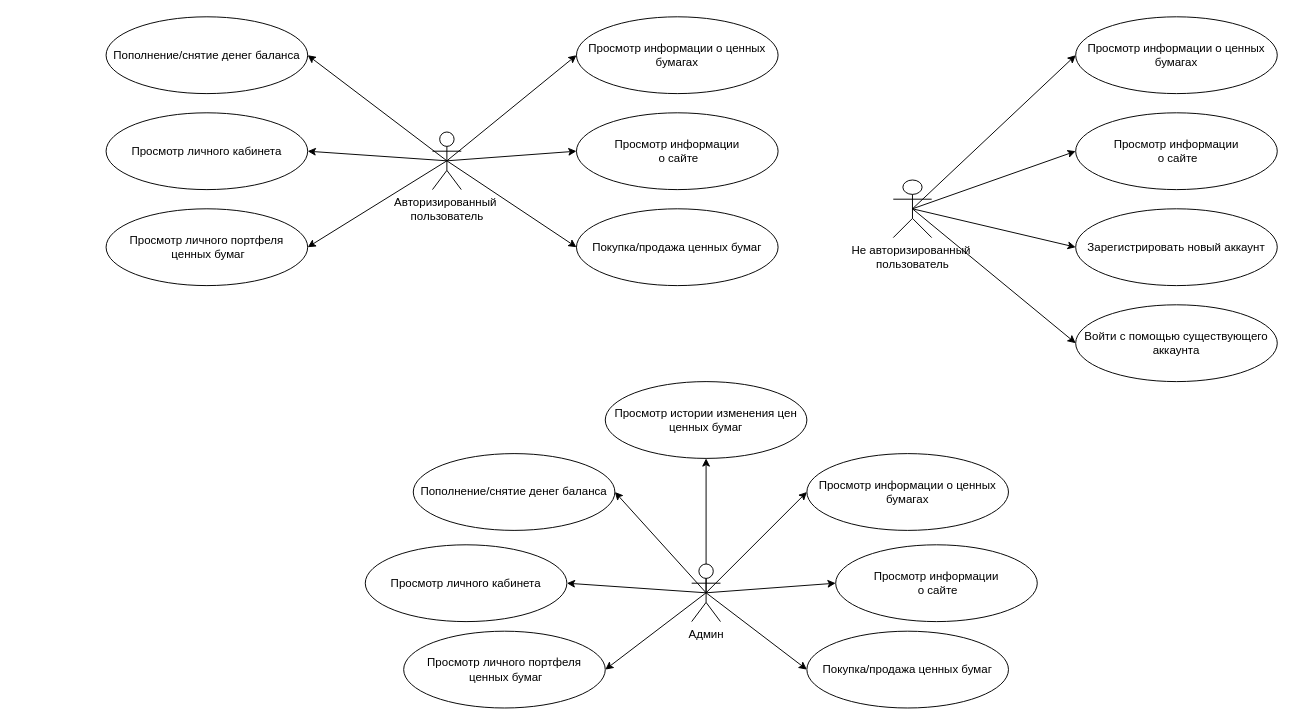
Before: page "Page-1" (1 of 3) of ppo/lab1/lab01.drawio in garasev/sem06, a draw.io diagram. Source tidied: cells renumbered, new cells numbered last; positions are measured from the earlier drawing's top-left corner, leaving out a move shared by most shapes. Both pictures are drawn from the tidied source at 96%, with x=0, y=0 at pixel (106, 16).
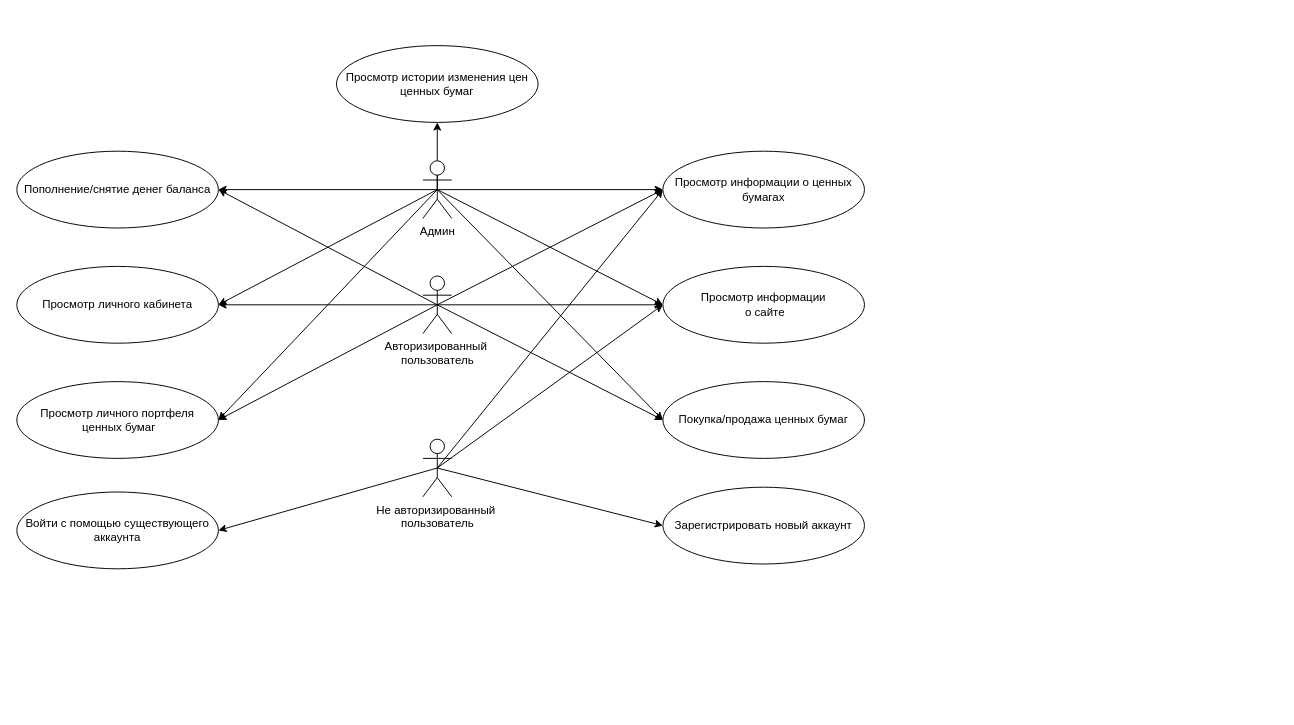
The same page after the edit.

The edit, as a diff of the source:
```diff
@@
-    <mxCell id="2" style="rounded=0;jettySize=auto;html=1;exitX=0.5;exitY=0.5;exitDx=0;exitDy=0;exitPerimeter=0;entryX=0;entryY=0.5;entryDx=0;entryDy=0;" parent="1" edge="1" source="6" target="7">
-      <mxGeometry relative="1" as="geometry" />
-    </mxCell>
-    <mxCell id="3" style="edgeStyle=none;rounded=0;jettySize=auto;html=1;exitX=0.5;exitY=0.5;exitDx=0;exitDy=0;exitPerimeter=0;entryX=0;entryY=0.5;entryDx=0;entryDy=0;" parent="1" edge="1" source="6" target="9">
-      <mxGeometry relative="1" as="geometry" />
-    </mxCell>
-    <mxCell id="4" style="edgeStyle=none;rounded=0;jettySize=auto;html=1;exitX=0.5;exitY=0.5;exitDx=0;exitDy=0;exitPerimeter=0;entryX=0;entryY=0.5;entryDx=0;entryDy=0;" parent="1" edge="1" source="6" target="8">
-      <mxGeometry relative="1" as="geometry" />
-    </mxCell>
-    <mxCell id="5" style="edgeStyle=none;rounded=0;jettySize=auto;html=1;exitX=0.5;exitY=0.5;exitDx=0;exitDy=0;exitPerimeter=0;entryX=0;entryY=0.5;entryDx=0;entryDy=0;" parent="1" edge="1" source="6" target="10">
-      <mxGeometry relative="1" as="geometry" />
-    </mxCell>
-    <mxCell id="6" value="Не авторизированный&amp;nbsp;&lt;br&gt;пользователь" style="shape=umlActor;verticalLabelPosition=bottom;verticalAlign=top;html=1;outlineConnect=0;" parent="1" vertex="1">
-      <mxGeometry x="820" y="170" width="40" height="60" as="geometry" />
-    </mxCell>
-    <mxCell id="7" value="Просмотр информации о ценных бумагах" style="ellipse;whiteSpace=wrap;html=1;" parent="1" vertex="1">
-      <mxGeometry x="1010" width="210" height="80" as="geometry" />
-    </mxCell>
-    <mxCell id="8" value="Зарегистрировать новый аккаунт" style="ellipse;whiteSpace=wrap;html=1;" parent="1" vertex="1">
-      <mxGeometry x="1010" y="200" width="210" height="80" as="geometry" />
-    </mxCell>
-    <mxCell id="9" value="Просмотр информации&lt;br&gt;&amp;nbsp;о сайте" style="ellipse;whiteSpace=wrap;html=1;" parent="1" vertex="1">
-      <mxGeometry x="1010" y="100" width="210" height="80" as="geometry" />
-    </mxCell>
     <mxCell id="10" value="Войти с помощью существующего аккаунта" style="ellipse;whiteSpace=wrap;html=1;" parent="1" vertex="1">
-      <mxGeometry x="1010" y="300" width="210" height="80" as="geometry" />
+      <mxGeometry x="-93" y="495" width="210" height="80" as="geometry" />
     </mxCell>
@@
     <mxCell id="17" value="Авторизированный&amp;nbsp;&lt;br&gt;пользователь" style="shape=umlActor;verticalLabelPosition=bottom;verticalAlign=top;html=1;outlineConnect=0;" parent="1" vertex="1">
-      <mxGeometry x="340" y="120" width="30" height="60" as="geometry" />
+      <mxGeometry x="330" y="270" width="30" height="60" as="geometry" />
     </mxCell>
     <mxCell id="18" value="Просмотр информации о ценных бумагах" style="ellipse;whiteSpace=wrap;html=1;" parent="1" vertex="1">
-      <mxGeometry x="490" width="210" height="80" as="geometry" />
+      <mxGeometry x="580" y="140" width="210" height="80" as="geometry" />
     </mxCell>
     <mxCell id="19" value="Покупка/продажа ценных бумаг" style="ellipse;whiteSpace=wrap;html=1;" parent="1" vertex="1">
-      <mxGeometry x="490" y="200" width="210" height="80" as="geometry" />
+      <mxGeometry x="580" y="380" width="210" height="80" as="geometry" />
     </mxCell>
     <mxCell id="20" value="Просмотр информации&lt;br&gt;&amp;nbsp;о сайте" style="ellipse;whiteSpace=wrap;html=1;" parent="1" vertex="1">
-      <mxGeometry x="490" y="100" width="210" height="80" as="geometry" />
+      <mxGeometry x="580" y="260" width="210" height="80" as="geometry" />
     </mxCell>
     <mxCell id="21" value="Пополнение/снятие денег баланса" style="ellipse;whiteSpace=wrap;html=1;" parent="1" vertex="1">
-      <mxGeometry width="210" height="80" as="geometry" />
+      <mxGeometry x="-93" y="140" width="210" height="80" as="geometry" />
     </mxCell>
     <mxCell id="22" value="Просмотр личного кабинета" style="ellipse;whiteSpace=wrap;html=1;" parent="1" vertex="1">
-      <mxGeometry y="100" width="210" height="80" as="geometry" />
+      <mxGeometry x="-93" y="260" width="210" height="80" as="geometry" />
     </mxCell>
     <mxCell id="23" value="Просмотр личного портфеля&lt;br&gt;&amp;nbsp;ценных бумаг" style="ellipse;whiteSpace=wrap;html=1;" parent="1" vertex="1">
-      <mxGeometry y="200" width="210" height="80" as="geometry" />
+      <mxGeometry x="-93" y="380" width="210" height="80" as="geometry" />
     </mxCell>
-    <mxCell id="24" style="rounded=0;jettySize=auto;html=1;exitX=0.5;exitY=0.5;exitDx=0;exitDy=0;exitPerimeter=0;entryX=0;entryY=0.5;entryDx=0;entryDy=0;" parent="1" edge="1" source="31" target="32">
-      <mxGeometry relative="1" as="geometry" />
-    </mxCell>
-    <mxCell id="25" style="edgeStyle=none;rounded=0;jettySize=auto;html=1;exitX=0.5;exitY=0.5;exitDx=0;exitDy=0;exitPerimeter=0;entryX=0;entryY=0.5;entryDx=0;entryDy=0;" parent="1" edge="1" source="31" target="34">
-      <mxGeometry relative="1" as="geometry" />
-    </mxCell>
-    <mxCell id="26" style="edgeStyle=none;rounded=0;jettySize=auto;html=1;exitX=0.5;exitY=0.5;exitDx=0;exitDy=0;exitPerimeter=0;entryX=0;entryY=0.5;entryDx=0;entryDy=0;" parent="1" edge="1" source="31" target="33">
-      <mxGeometry relative="1" as="geometry" />
-    </mxCell>
-    <mxCell id="27" style="edgeStyle=none;rounded=0;jettySize=auto;html=1;exitX=0.5;exitY=0.5;exitDx=0;exitDy=0;exitPerimeter=0;entryX=1;entryY=0.5;entryDx=0;entryDy=0;" parent="1" edge="1" source="31" target="35">
-      <mxGeometry relative="1" as="geometry" />
-    </mxCell>
-    <mxCell id="28" style="edgeStyle=none;rounded=0;jettySize=auto;html=1;exitX=0.5;exitY=0.5;exitDx=0;exitDy=0;exitPerimeter=0;entryX=1;entryY=0.5;entryDx=0;entryDy=0;" parent="1" edge="1" source="31" target="36">
-      <mxGeometry relative="1" as="geometry" />
-    </mxCell>
-    <mxCell id="29" style="edgeStyle=none;rounded=0;jettySize=auto;html=1;exitX=0.5;exitY=0.5;exitDx=0;exitDy=0;exitPerimeter=0;entryX=1;entryY=0.5;entryDx=0;entryDy=0;" parent="1" edge="1" source="31" target="37">
-      <mxGeometry relative="1" as="geometry" />
-    </mxCell>
+    <mxCell id="38" value="Просмотр истории изменения цен ценных бумаг" style="ellipse;whiteSpace=wrap;html=1;" parent="1" vertex="1">
+      <mxGeometry x="240" y="30" width="210" height="80" as="geometry" />
+    </mxCell>
+    <mxCell id="39" style="edgeStyle=none;rounded=0;jettySize=auto;html=1;exitX=0.5;exitY=0.5;exitDx=0;exitDy=0;exitPerimeter=0;entryX=0;entryY=0.5;entryDx=0;entryDy=0;" parent="1" edge="1" source="31" target="18">
+      <mxGeometry relative="1" as="geometry" />
+    </mxCell>
+    <mxCell id="40" style="edgeStyle=none;rounded=0;jettySize=auto;html=1;exitX=0.5;exitY=0.5;exitDx=0;exitDy=0;exitPerimeter=0;entryX=0;entryY=0.5;entryDx=0;entryDy=0;" parent="1" edge="1" source="31" target="20">
+      <mxGeometry relative="1" as="geometry" />
+    </mxCell>
+    <mxCell id="41" style="edgeStyle=none;rounded=0;jettySize=auto;html=1;exitX=0.5;exitY=0.5;exitDx=0;exitDy=0;exitPerimeter=0;entryX=0;entryY=0.5;entryDx=0;entryDy=0;" parent="1" edge="1" source="31" target="19">
+      <mxGeometry relative="1" as="geometry" />
+    </mxCell>
+    <mxCell id="42" style="edgeStyle=none;rounded=0;jettySize=auto;html=1;exitX=0.5;exitY=0.5;exitDx=0;exitDy=0;exitPerimeter=0;entryX=1;entryY=0.5;entryDx=0;entryDy=0;" parent="1" edge="1" source="31" target="23">
+      <mxGeometry relative="1" as="geometry" />
+    </mxCell>
+    <mxCell id="43" style="edgeStyle=none;rounded=0;jettySize=auto;html=1;exitX=0.5;exitY=0.5;exitDx=0;exitDy=0;exitPerimeter=0;entryX=1;entryY=0.5;entryDx=0;entryDy=0;" parent="1" edge="1" source="31" target="22">
+      <mxGeometry relative="1" as="geometry" />
+    </mxCell>
+    <mxCell id="44" style="edgeStyle=none;rounded=0;jettySize=auto;html=1;exitX=0.5;exitY=0.5;exitDx=0;exitDy=0;exitPerimeter=0;entryX=1;entryY=0.5;entryDx=0;entryDy=0;" parent="1" edge="1" source="31" target="21">
+      <mxGeometry relative="1" as="geometry" />
+    </mxCell>
@@
     <mxCell id="31" value="Админ" style="shape=umlActor;verticalLabelPosition=bottom;verticalAlign=top;html=1;outlineConnect=0;" parent="1" vertex="1">
-      <mxGeometry x="610" y="570" width="30" height="60" as="geometry" />
+      <mxGeometry x="330" y="150" width="30" height="60" as="geometry" />
     </mxCell>
-    <mxCell id="32" value="Просмотр информации о ценных бумагах" style="ellipse;whiteSpace=wrap;html=1;" parent="1" vertex="1">
-      <mxGeometry x="730" y="455" width="210" height="80" as="geometry" />
-    </mxCell>
-    <mxCell id="33" value="Покупка/продажа ценных бумаг" style="ellipse;whiteSpace=wrap;html=1;" parent="1" vertex="1">
-      <mxGeometry x="730" y="640" width="210" height="80" as="geometry" />
-    </mxCell>
-    <mxCell id="34" value="Просмотр информации&lt;br&gt;&amp;nbsp;о сайте" style="ellipse;whiteSpace=wrap;html=1;" parent="1" vertex="1">
-      <mxGeometry x="760" y="550" width="210" height="80" as="geometry" />
-    </mxCell>
-    <mxCell id="35" value="Пополнение/снятие денег баланса" style="ellipse;whiteSpace=wrap;html=1;" parent="1" vertex="1">
-      <mxGeometry x="320" y="455" width="210" height="80" as="geometry" />
-    </mxCell>
-    <mxCell id="36" value="Просмотр личного кабинета" style="ellipse;whiteSpace=wrap;html=1;" parent="1" vertex="1">
-      <mxGeometry x="270" y="550" width="210" height="80" as="geometry" />
-    </mxCell>
-    <mxCell id="37" value="Просмотр личного портфеля&lt;br&gt;&amp;nbsp;ценных бумаг" style="ellipse;whiteSpace=wrap;html=1;" parent="1" vertex="1">
-      <mxGeometry x="310" y="640" width="210" height="80" as="geometry" />
-    </mxCell>
-    <mxCell id="38" value="Просмотр истории изменения цен ценных бумаг" style="ellipse;whiteSpace=wrap;html=1;" parent="1" vertex="1">
-      <mxGeometry x="520" y="380" width="210" height="80" as="geometry" />
-    </mxCell>
+    <mxCell id="45" style="rounded=0;jettySize=auto;html=1;exitX=0.5;exitY=0.5;exitDx=0;exitDy=0;exitPerimeter=0;entryX=0;entryY=0.5;entryDx=0;entryDy=0;" parent="1" edge="1" source="6" target="18">
+      <mxGeometry relative="1" as="geometry" />
+    </mxCell>
+    <mxCell id="46" style="edgeStyle=none;rounded=0;jettySize=auto;html=1;exitX=0.5;exitY=0.5;exitDx=0;exitDy=0;exitPerimeter=0;entryX=0;entryY=0.5;entryDx=0;entryDy=0;" parent="1" edge="1" source="6" target="20">
+      <mxGeometry relative="1" as="geometry" />
+    </mxCell>
+    <mxCell id="4" style="edgeStyle=none;rounded=0;jettySize=auto;html=1;exitX=0.5;exitY=0.5;exitDx=0;exitDy=0;exitPerimeter=0;entryX=0;entryY=0.5;entryDx=0;entryDy=0;" parent="1" edge="1" source="6" target="8">
+      <mxGeometry relative="1" as="geometry" />
+    </mxCell>
+    <mxCell id="5" style="edgeStyle=none;rounded=0;jettySize=auto;html=1;exitX=0.5;exitY=0.5;exitDx=0;exitDy=0;exitPerimeter=0;entryX=1;entryY=0.5;entryDx=0;entryDy=0;" parent="1" edge="1" source="6" target="10">
+      <mxGeometry relative="1" as="geometry" />
+    </mxCell>
+    <mxCell id="6" value="Не авторизированный&amp;nbsp;&lt;br&gt;пользователь" style="shape=umlActor;verticalLabelPosition=bottom;verticalAlign=top;html=1;outlineConnect=0;" parent="1" vertex="1">
+      <mxGeometry x="330" y="440" width="30" height="60" as="geometry" />
+    </mxCell>
+    <mxCell id="8" value="Зарегистрировать новый аккаунт" style="ellipse;whiteSpace=wrap;html=1;" parent="1" vertex="1">
+      <mxGeometry x="580" y="490" width="210" height="80" as="geometry" />
+    </mxCell>
```
